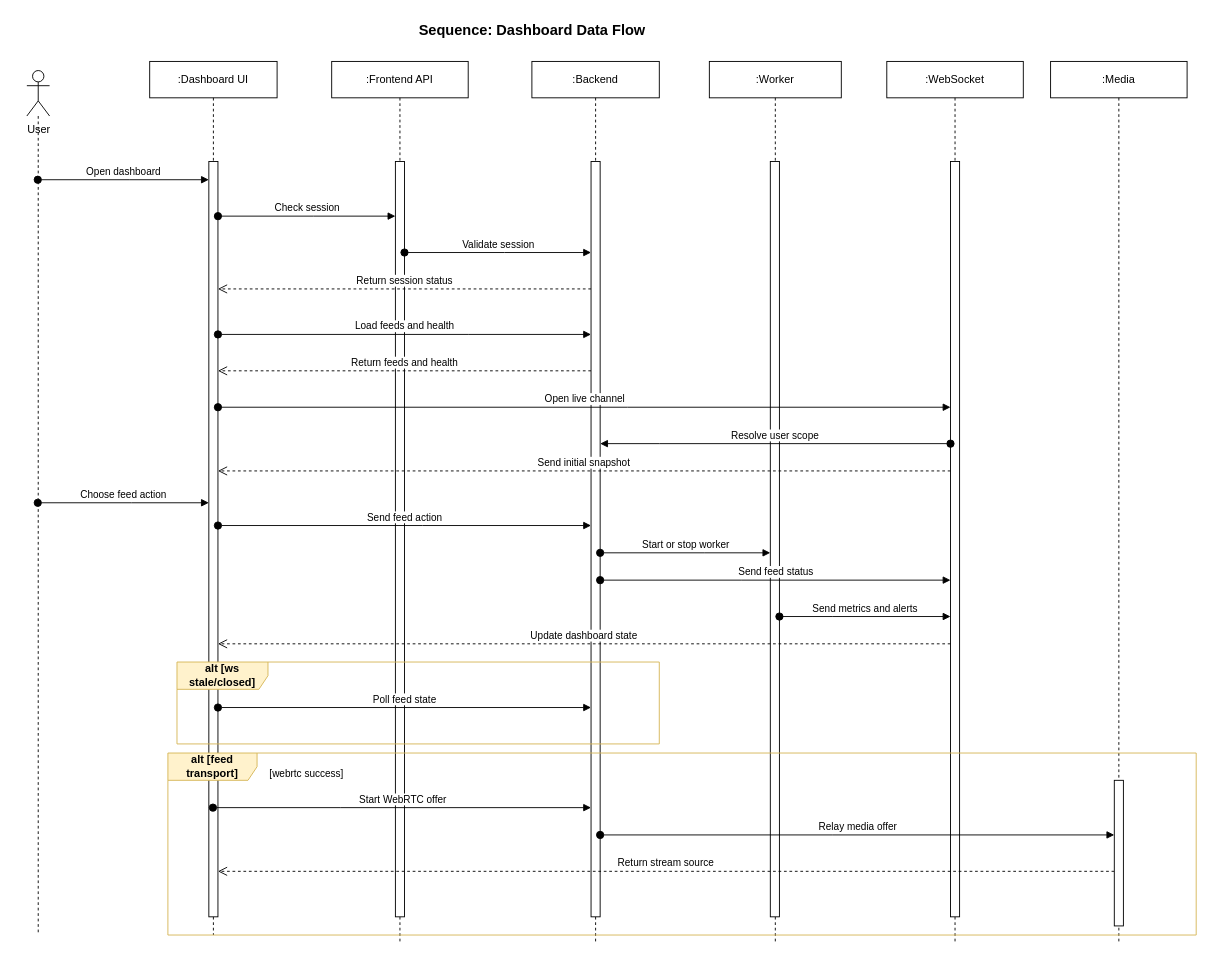
Salmen-BA21/Queue-Wait-Time-Estimation keeps this draw.io diagram as report-latex/figures/drawio/chapter5_dashboard_data_flow_sequence.drawio. Above is the earlier version. Source tidied: cells renumbered, new cells numbered last; positions are measured from the earlier drawing's top-left corner, leaving out a move shared by most shapes. Both pictures are drawn from the tidied source at 91%, with x=0, y=0 at pixel (15, 15).
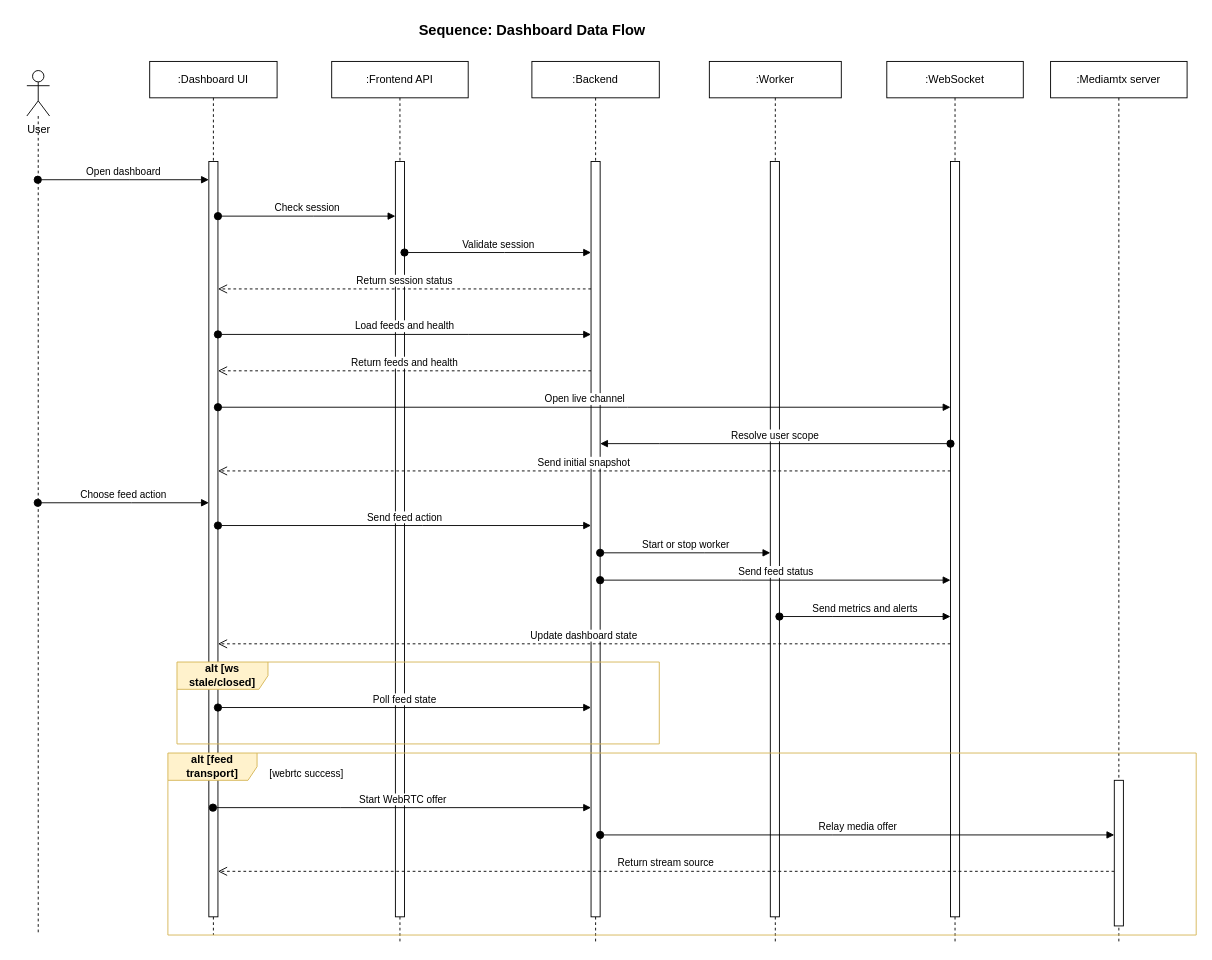
The same page after the edit.

Change to the diagram source:
```diff
@@
-    <mxCell id="13" value=":Media" style="shape=umlLifeline;perimeter=lifelinePerimeter;whiteSpace=wrap;html=1;" parent="1" vertex="1">
+    <mxCell id="13" value=":Mediamtx server" style="shape=umlLifeline;perimeter=lifelinePerimeter;whiteSpace=wrap;html=1;" parent="1" vertex="1">
       <mxGeometry x="1138" y="50" width="150" height="970" as="geometry" />
     </mxCell>
```
